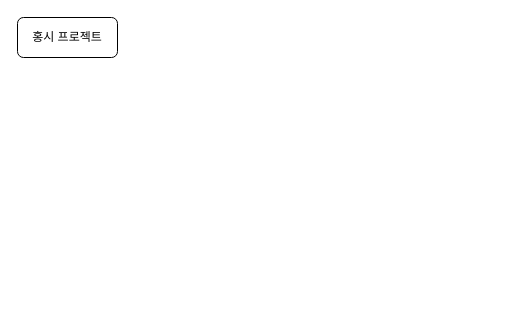
Earlier version of the draw.io diagram 제목 없는 다이어그램.drawio (Third-tool/thirdtool-backend). Source tidied: cells renumbered, new cells numbered last; positions are measured from the earlier drawing's top-left corner, leaving out a move shared by most shapes. Both pictures are drawn from the tidied source at 100%, with x=0, y=0 at pixel (17, 17).
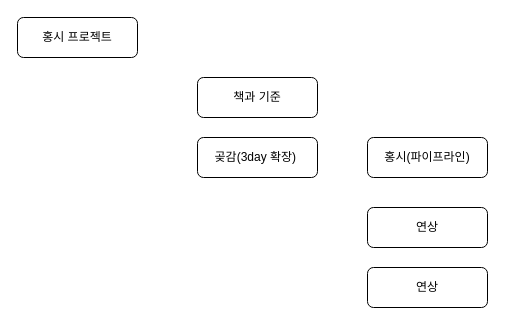
The same page after the edit.

Commit message:
홍시.drawio 업데이트

Change to the diagram source:
```diff
@@
 <mxGraphModel>
   <root>
     <mxCell id="0" />
     <mxCell id="1" parent="0" />
     <mxCell id="2" value="홍시 프로젝트" style="rounded=1;whiteSpace=wrap;html=1;" parent="1" vertex="1">
-      <mxGeometry width="100" height="40" as="geometry" />
+      <mxGeometry width="120" height="40" as="geometry" />
     </mxCell>
+    <mxCell id="3" value="곶감(3day 확장)&amp;nbsp;" style="rounded=1;whiteSpace=wrap;html=1;" parent="1" vertex="1">
+      <mxGeometry x="180" y="120" width="120" height="40" as="geometry" />
+    </mxCell>
+    <mxCell id="4" value="책과 기준" style="rounded=1;whiteSpace=wrap;html=1;" parent="1" vertex="1">
+      <mxGeometry x="180" y="60" width="120" height="40" as="geometry" />
+    </mxCell>
+    <mxCell id="5" value="홍시(파이프라인)" style="rounded=1;whiteSpace=wrap;html=1;" parent="1" vertex="1">
+      <mxGeometry x="350" y="120" width="120" height="40" as="geometry" />
+    </mxCell>
+    <mxCell id="6" value="연상" style="rounded=1;whiteSpace=wrap;html=1;" parent="1" vertex="1">
+      <mxGeometry x="350" y="190" width="120" height="40" as="geometry" />
+    </mxCell>
+    <mxCell id="7" value="연상" style="rounded=1;whiteSpace=wrap;html=1;" parent="1" vertex="1">
+      <mxGeometry x="350" y="250" width="120" height="40" as="geometry" />
+    </mxCell>
   </root>
 </mxGraphModel>
```
